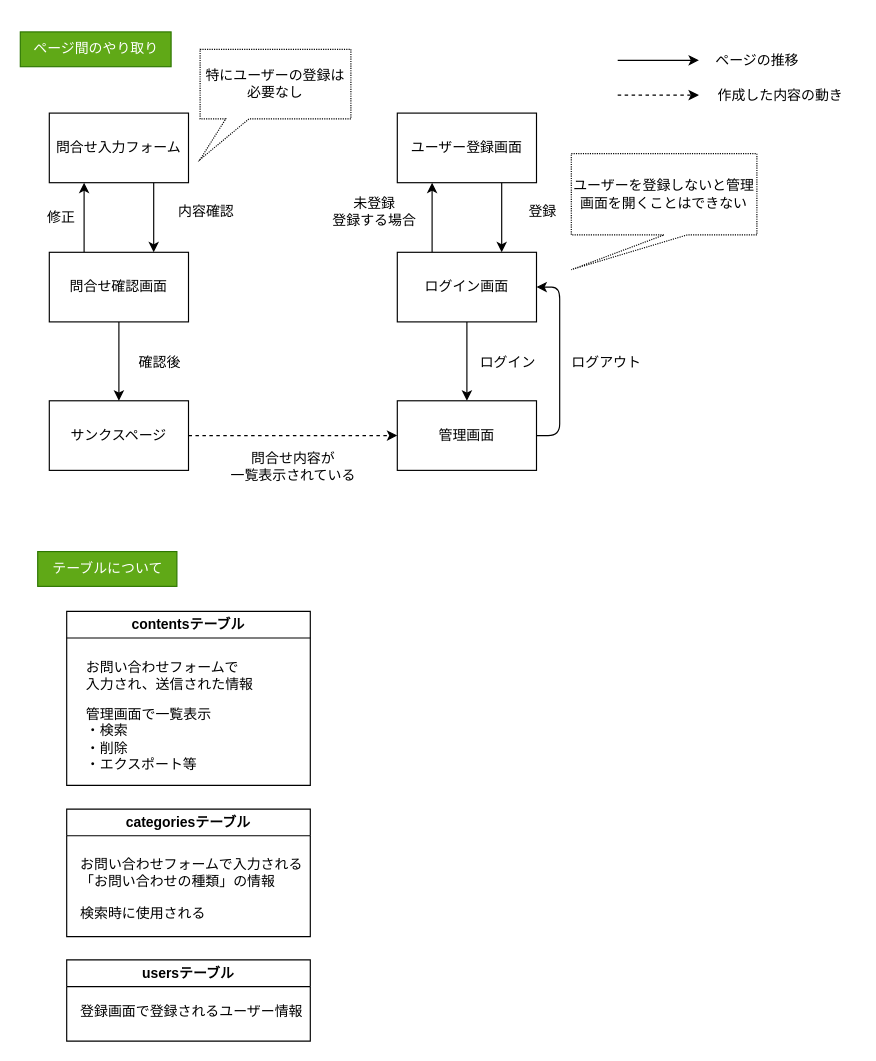
Earlier version of the draw.io diagram page "ページのやり取り" (1 of 2) of contact-form.dio (ai2525desu/confirmation-test1). Source tidied: cells renumbered, new cells numbered last; positions are measured from the earlier drawing's top-left corner, leaving out a move shared by most shapes. Both pictures are drawn from the tidied source at 116%, with x=0, y=0 at pixel (20, 31).
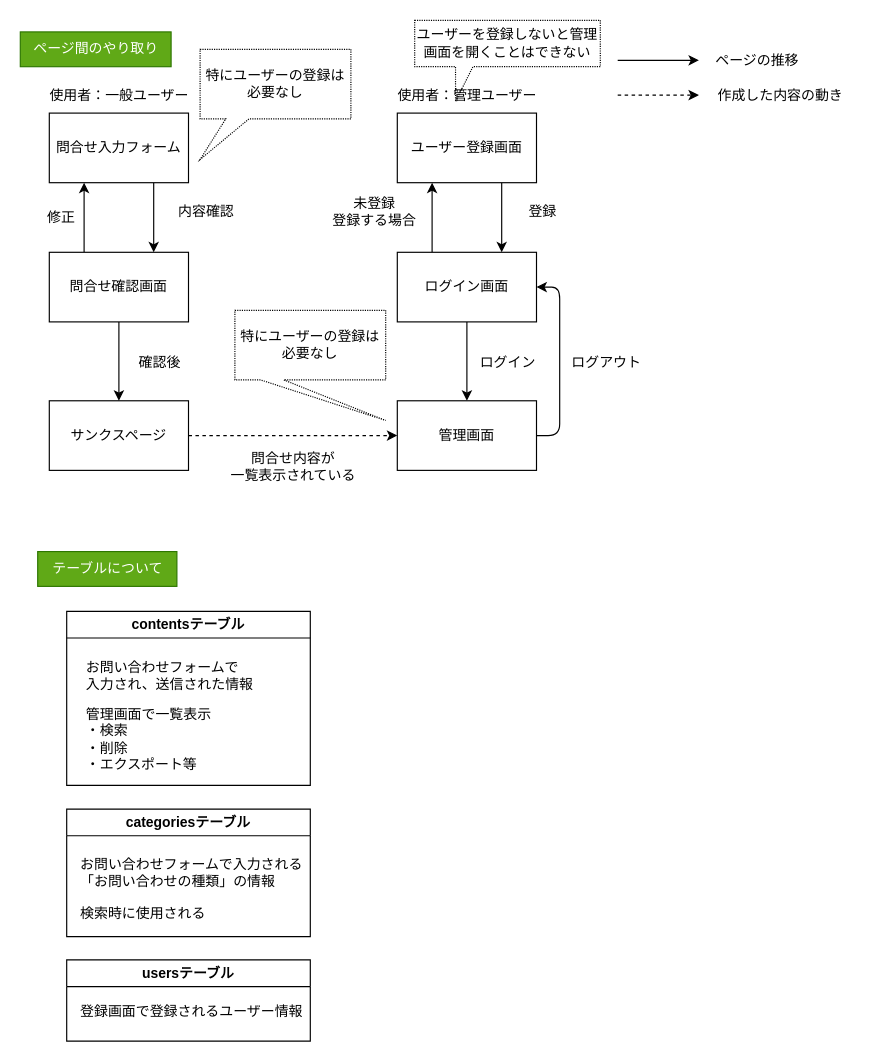
The same page after the edit.

Diff of the diagram source:
```diff
@@
-    <mxCell id="30" value="ユーザーを登録しないと管理画面を開くこと&lt;span style=&quot;background-color: transparent;&quot;&gt;はできない&lt;/span&gt;" style="shape=callout;whiteSpace=wrap;html=1;perimeter=calloutPerimeter;position2=0;dashed=1;dashPattern=1 1;" parent="1" vertex="1">
-      <mxGeometry x="475" y="105" width="160" height="100" as="geometry" />
+    <mxCell id="30" value="ユーザーを登録しないと管理画面を開くこと&lt;span style=&quot;background-color: transparent;&quot;&gt;はできない&lt;/span&gt;" style="shape=callout;whiteSpace=wrap;html=1;perimeter=calloutPerimeter;position2=0.22;dashed=1;dashPattern=1 1;size=30;position=0.22;base=15;" parent="1" vertex="1">
+      <mxGeometry x="340" y="-10" width="160" height="70" as="geometry" />
     </mxCell>
@@
+    <mxCell id="40" value="使用者：一般ユーザー" style="text;html=1;align=center;verticalAlign=middle;strokeColor=none;fillColor=none;" parent="1" vertex="1">
+      <mxGeometry x="15" y="40" width="140" height="30" as="geometry" />
+    </mxCell>
+    <mxCell id="41" value="使用者：管理ユーザー" style="text;html=1;align=center;verticalAlign=middle;strokeColor=none;fillColor=none;" parent="1" vertex="1">
+      <mxGeometry x="315" y="40" width="140" height="30" as="geometry" />
+    </mxCell>
+    <mxCell id="42" value="特にユーザーの登録は必要なし" style="shape=callout;whiteSpace=wrap;html=1;perimeter=calloutPerimeter;position2=1;size=35;position=0.17;dashed=1;dashPattern=1 1;" parent="1" vertex="1">
+      <mxGeometry x="185" y="240" width="130" height="95" as="geometry" />
+    </mxCell>
```
